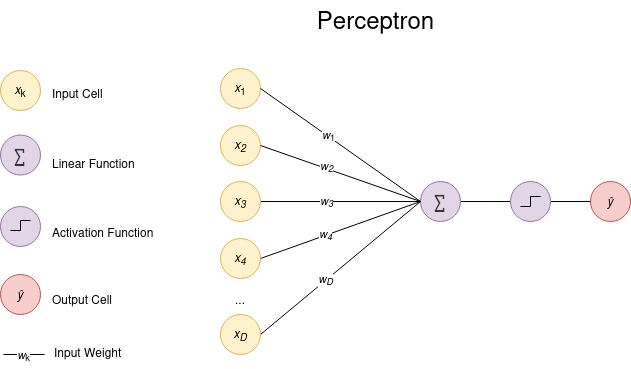
Before: Neural-Networks/Architectures/Perceptron.png, a diagram exported from draw.io (gabdourado/AI). Source tidied: cells renumbered, new cells last; positions are measured from the earlier drawing's top-left corner, leaving out a move shared by most shapes.
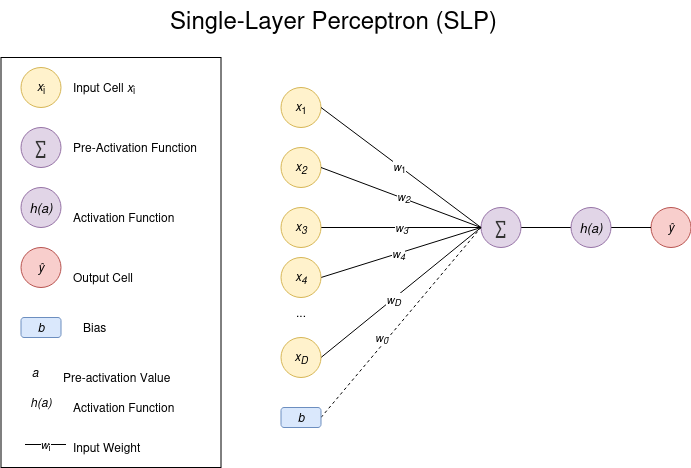
Later version of the same file.

Commit message:
[docs]: perceptron architecture update

Change to the diagram source:
```diff
@@ -2,60 +2,60 @@
   <root>
     <mxCell id="0" />
     <mxCell id="1" parent="0" />
-    <mxCell id="2" value="&lt;font style=&quot;font-size: 24px;&quot;&gt;Perceptron&lt;/font&gt;" style="text;html=1;strokeColor=none;fillColor=none;align=center;verticalAlign=middle;whiteSpace=wrap;rounded=0;shadow=1;strokeWidth=1.5;" parent="1" vertex="1">
-      <mxGeometry x="182" width="387" height="30" as="geometry" />
+    <mxCell id="2" value="&lt;font style=&quot;font-size: 24px;&quot;&gt;Single-Layer Perceptron (SLP)&lt;/font&gt;" style="text;html=1;strokeColor=none;fillColor=none;align=center;verticalAlign=middle;whiteSpace=wrap;rounded=0;shadow=1;strokeWidth=1.5;" parent="1" vertex="1">
+      <mxGeometry x="170" y="3" width="387" height="30" as="geometry" />
     </mxCell>
     <mxCell id="3" value="&lt;i&gt;x&lt;/i&gt;&lt;sub&gt;1&lt;/sub&gt;" style="ellipse;whiteSpace=wrap;html=1;strokeColor=#d6b656;fillColor=#fff2cc;" parent="1" vertex="1">
-      <mxGeometry x="220" y="64" width="40" height="40" as="geometry" />
+      <mxGeometry x="310.5" y="86" width="40" height="40" as="geometry" />
     </mxCell>
     <mxCell id="4" value="&lt;i&gt;x&lt;sub&gt;2&lt;/sub&gt;&lt;/i&gt;" style="ellipse;whiteSpace=wrap;html=1;strokeColor=#d6b656;fillColor=#fff2cc;" parent="1" vertex="1">
-      <mxGeometry x="220" y="121" width="40" height="40" as="geometry" />
+      <mxGeometry x="310.5" y="146" width="40" height="40" as="geometry" />
     </mxCell>
     <mxCell id="5" style="rounded=0;jettySize=auto;html=1;exitX=1;exitY=0.5;exitDx=0;exitDy=0;endArrow=none;endFill=0;entryX=0;entryY=0.5;entryDx=0;entryDy=0;" parent="1" edge="1" source="7" target="15">
       <mxGeometry relative="1" as="geometry" />
     </mxCell>
     <mxCell id="6" value="&lt;i&gt;w&lt;sub&gt;3&lt;/sub&gt;&lt;/i&gt;" style="edgeLabel;html=1;align=center;verticalAlign=middle;" parent="5" vertex="1">
-      <mxGeometry x="-0.18" y="1" relative="1" as="geometry" />
+      <mxGeometry relative="1" as="geometry" />
     </mxCell>
     <mxCell id="7" value="&lt;i&gt;x&lt;sub&gt;3&lt;/sub&gt;&lt;/i&gt;" style="ellipse;whiteSpace=wrap;html=1;strokeColor=#d6b656;fillColor=#fff2cc;" parent="1" vertex="1">
-      <mxGeometry x="220" y="177" width="40" height="40" as="geometry" />
+      <mxGeometry x="310.5" y="206" width="40" height="40" as="geometry" />
     </mxCell>
     <mxCell id="8" style="rounded=0;jettySize=auto;html=1;exitX=1;exitY=0.5;exitDx=0;exitDy=0;entryX=0;entryY=0.5;entryDx=0;entryDy=0;endArrow=none;endFill=0;" parent="1" edge="1" source="10" target="15">
       <mxGeometry relative="1" as="geometry" />
     </mxCell>
     <mxCell id="9" value="&lt;i&gt;w&lt;sub&gt;4&lt;/sub&gt;&lt;/i&gt;" style="edgeLabel;html=1;align=center;verticalAlign=middle;" parent="8" vertex="1">
-      <mxGeometry x="-0.15" y="1" relative="1" as="geometry">
+      <mxGeometry relative="1" as="geometry">
         <mxPoint x="-3" y="1" as="offset" />
       </mxGeometry>
     </mxCell>
     <mxCell id="10" value="&lt;i&gt;x&lt;sub&gt;4&lt;/sub&gt;&lt;/i&gt;" style="ellipse;whiteSpace=wrap;html=1;strokeColor=#d6b656;fillColor=#fff2cc;" parent="1" vertex="1">
-      <mxGeometry x="220" y="234" width="40" height="40" as="geometry" />
+      <mxGeometry x="310.5" y="256" width="40" height="40" as="geometry" />
     </mxCell>
     <mxCell id="11" style="rounded=0;jettySize=auto;html=1;exitX=1;exitY=0.5;exitDx=0;exitDy=0;entryX=0;entryY=0.5;entryDx=0;entryDy=0;endArrow=none;endFill=0;" parent="1" edge="1" source="13" target="15">
       <mxGeometry relative="1" as="geometry" />
     </mxCell>
     <mxCell id="12" value="&lt;i&gt;w&lt;sub&gt;D&lt;/sub&gt;&lt;/i&gt;" style="edgeLabel;html=1;align=center;verticalAlign=middle;" parent="11" vertex="1">
-      <mxGeometry x="-0.07" y="1" relative="1" as="geometry">
+      <mxGeometry relative="1" as="geometry">
         <mxPoint x="-9" y="7" as="offset" />
       </mxGeometry>
     </mxCell>
     <mxCell id="13" value="&lt;i&gt;x&lt;sub&gt;D&lt;/sub&gt;&lt;/i&gt;" style="ellipse;whiteSpace=wrap;html=1;strokeColor=#d6b656;fillColor=#fff2cc;" parent="1" vertex="1">
-      <mxGeometry x="220" y="310" width="40" height="40" as="geometry" />
+      <mxGeometry x="310.5" y="336" width="40" height="40" as="geometry" />
     </mxCell>
     <mxCell id="14" style="edgeStyle=orthogonalEdgeStyle;rounded=0;jettySize=auto;html=1;exitX=1;exitY=0.5;exitDx=0;exitDy=0;entryX=0;entryY=0.5;entryDx=0;entryDy=0;endArrow=none;endFill=0;" parent="1" edge="1" source="15" target="22">
       <mxGeometry relative="1" as="geometry" />
     </mxCell>
     <mxCell id="15" value="&lt;font style=&quot;font-size: 19px; color: rgb(51, 51, 51);&quot;&gt;∑&lt;/font&gt;" style="ellipse;whiteSpace=wrap;html=1;strokeColor=#9673a6;fillColor=#E1D5E7;" parent="1" vertex="1">
-      <mxGeometry x="420" y="177" width="40" height="40" as="geometry" />
+      <mxGeometry x="510.5" y="206" width="40" height="40" as="geometry" />
     </mxCell>
     <mxCell id="16" value="&lt;i&gt;ŷ&lt;/i&gt;" style="ellipse;whiteSpace=wrap;html=1;strokeColor=#b85450;fillColor=#f8cecc;" parent="1" vertex="1">
-      <mxGeometry x="590" y="177" width="40" height="40" as="geometry" />
+      <mxGeometry x="680.5" y="206" width="40" height="40" as="geometry" />
     </mxCell>
     <mxCell id="17" style="endArrow=none;html=1;rounded=0;exitX=1;exitY=0.5;exitDx=0;exitDy=0;entryX=0;entryY=0.5;entryDx=0;entryDy=0;" parent="1" edge="1" source="3" target="15">
       <mxGeometry relative="1" as="geometry" />
     </mxCell>
     <mxCell id="18" value="&lt;i&gt;w&lt;/i&gt;&lt;sub&gt;1&lt;/sub&gt;" style="edgeLabel;html=1;align=center;verticalAlign=middle;" parent="17" vertex="1">
-      <mxGeometry x="-0.14" y="1" relative="1" as="geometry">
+      <mxGeometry relative="1" as="geometry">
         <mxPoint x="-2" y="-1" as="offset" />
       </mxGeometry>
     </mxCell>
@@ -63,72 +63,93 @@
       <mxGeometry relative="1" as="geometry" />
     </mxCell>
     <mxCell id="20" value="&lt;i&gt;w&lt;sub&gt;2&lt;/sub&gt;&lt;/i&gt;" style="edgeLabel;html=1;align=center;verticalAlign=middle;" parent="19" vertex="1">
-      <mxGeometry x="-0.2" y="1" relative="1" as="geometry">
+      <mxGeometry relative="1" as="geometry">
         <mxPoint x="2" y="-1" as="offset" />
       </mxGeometry>
     </mxCell>
     <mxCell id="21" style="edgeStyle=orthogonalEdgeStyle;rounded=0;jettySize=auto;html=1;exitX=1;exitY=0.5;exitDx=0;exitDy=0;entryX=0;entryY=0.5;entryDx=0;entryDy=0;endArrow=none;endFill=0;" parent="1" edge="1" source="22" target="16">
       <mxGeometry relative="1" as="geometry" />
     </mxCell>
-    <mxCell id="22" style="ellipse;whiteSpace=wrap;html=1;strokeColor=#9673a6;fillColor=#E1D5E7;" parent="1" vertex="1">
-      <mxGeometry x="510" y="177" width="40" height="40" as="geometry" />
+    <mxCell id="22" value="&lt;font style=&quot;font-size: 13px;&quot;&gt;&lt;i&gt;&lt;span class=&quot;katex&quot;&gt;&lt;span class=&quot;katex-html&quot; aria-hidden=&quot;true&quot;&gt;&lt;span class=&quot;base&quot;&gt;&lt;font&gt;&lt;span class=&quot;mord mathnormal&quot;&gt;h&lt;/span&gt;&lt;span class=&quot;mopen&quot;&gt;(a&lt;/span&gt;&lt;span class=&quot;mclose&quot;&gt;)&lt;/span&gt;&lt;/font&gt;&lt;/span&gt;&lt;/span&gt;&lt;/span&gt;&lt;/i&gt;&lt;/font&gt;" style="ellipse;whiteSpace=wrap;html=1;strokeColor=#9673a6;fillColor=#E1D5E7;" parent="1" vertex="1">
+      <mxGeometry x="600.5" y="206" width="40" height="40" as="geometry" />
     </mxCell>
     <mxCell id="23" value="..." style="text;html=1;whiteSpace=wrap;strokeColor=none;fillColor=none;align=center;verticalAlign=middle;rounded=0;" parent="1" vertex="1">
-      <mxGeometry x="210" y="280" width="60" height="30" as="geometry" />
+      <mxGeometry x="300.5" y="296" width="60" height="30" as="geometry" />
     </mxCell>
-    <mxCell id="24" style="endArrow=none;html=1;rounded=0;edgeStyle=orthogonalEdgeStyle;" parent="1" edge="1">
-      <mxGeometry relative="1" as="geometry">
-        <mxPoint x="520" y="202" as="sourcePoint" />
-        <mxPoint x="540" y="192" as="targetPoint" />
-        <Array as="points">
-          <mxPoint x="530" y="202" />
-        </Array>
-      </mxGeometry>
-    </mxCell>
-    <mxCell id="25" value="&lt;font style=&quot;font-size: 12px;&quot;&gt;Activation Function&lt;/font&gt;" style="text;html=1;strokeColor=none;fillColor=none;align=left;verticalAlign=middle;whiteSpace=wrap;rounded=0;shadow=1;strokeWidth=1.5;fontSize=24;" parent="1" vertex="1">
-      <mxGeometry x="50" y="208" width="130" height="30" as="geometry" />
-    </mxCell>
-    <mxCell id="26" value="&lt;font style=&quot;font-size: 12px;&quot;&gt;Input Cell&lt;/font&gt;" style="text;html=1;strokeColor=none;fillColor=none;align=left;verticalAlign=middle;whiteSpace=wrap;rounded=0;shadow=1;strokeWidth=1.5;fontSize=24;" parent="1" vertex="1">
-      <mxGeometry x="50" y="69" width="130" height="30" as="geometry" />
-    </mxCell>
+    <mxCell id="37" style="rounded=0;whiteSpace=wrap;html=1;" parent="1" vertex="1">
+      <mxGeometry x="30.5" y="56" width="220" height="410" as="geometry" />
+    </mxCell>
+    <mxCell id="38" value="&lt;font style=&quot;font-size: 12px;&quot;&gt;Activation Function&lt;/font&gt;" style="text;html=1;strokeColor=none;fillColor=none;align=left;verticalAlign=middle;whiteSpace=wrap;rounded=0;shadow=1;strokeWidth=1.5;fontSize=24;" parent="1" vertex="1">
+      <mxGeometry x="100.5" y="196" width="130" height="30" as="geometry" />
+    </mxCell>
+    <mxCell id="39" value="&lt;font style=&quot;font-size: 12px;&quot;&gt;Input Cell &lt;i&gt;x&lt;/i&gt;&lt;sub&gt;i&lt;/sub&gt;&lt;/font&gt;" style="text;html=1;strokeColor=none;fillColor=none;align=left;verticalAlign=middle;whiteSpace=wrap;rounded=0;shadow=1;strokeWidth=1.5;fontSize=24;" parent="1" vertex="1">
+      <mxGeometry x="100.5" y="66" width="130" height="30" as="geometry" />
+    </mxCell>
     <mxCell id="27" value="&lt;font style=&quot;font-size: 12px;&quot;&gt;Output Cell&lt;/font&gt;" style="text;html=1;strokeColor=none;fillColor=none;align=left;verticalAlign=middle;whiteSpace=wrap;rounded=0;shadow=1;strokeWidth=1.5;fontSize=24;" parent="1" vertex="1">
-      <mxGeometry x="50" y="275" width="130" height="30" as="geometry" />
+      <mxGeometry x="100.5" y="256" width="70" height="30" as="geometry" />
     </mxCell>
-    <mxCell id="28" value="&lt;font style=&quot;font-size: 12px;&quot;&gt;Linear Function&lt;/font&gt;" style="text;html=1;strokeColor=none;fillColor=none;align=left;verticalAlign=middle;whiteSpace=wrap;rounded=0;shadow=1;strokeWidth=1.5;fontSize=24;" parent="1" vertex="1">
-      <mxGeometry x="50" y="139" width="130" height="30" as="geometry" />
-    </mxCell>
-    <mxCell id="29" style="endArrow=none;html=1;rounded=0;" parent="1" edge="1">
-      <mxGeometry relative="1" as="geometry">
-        <mxPoint x="3" y="350" as="sourcePoint" />
-        <mxPoint x="44" y="350" as="targetPoint" />
-      </mxGeometry>
-    </mxCell>
-    <mxCell id="30" value="&lt;i&gt;w&lt;/i&gt;&lt;sub&gt;k&lt;/sub&gt;" style="edgeLabel;html=1;align=center;verticalAlign=middle;" parent="29" vertex="1">
-      <mxGeometry x="-0.09" relative="1" as="geometry" />
-    </mxCell>
-    <mxCell id="31" style="ellipse;whiteSpace=wrap;html=1;strokeColor=#9673a6;fillColor=#e1d5e7;" parent="1" vertex="1">
-      <mxGeometry y="202" width="40" height="40" as="geometry" />
-    </mxCell>
-    <mxCell id="32" style="endArrow=none;html=1;rounded=0;edgeStyle=orthogonalEdgeStyle;" parent="1" edge="1">
-      <mxGeometry relative="1" as="geometry">
-        <mxPoint x="10" y="226" as="sourcePoint" />
-        <mxPoint x="30" y="216" as="targetPoint" />
-        <Array as="points">
-          <mxPoint x="20" y="226" />
-        </Array>
-      </mxGeometry>
-    </mxCell>
+    <mxCell id="40" value="&lt;font style=&quot;font-size: 12px;&quot;&gt;Pre-Activation Function&lt;/font&gt;" style="text;html=1;strokeColor=none;fillColor=none;align=left;verticalAlign=middle;whiteSpace=wrap;rounded=0;shadow=1;strokeWidth=1.5;fontSize=24;" parent="1" vertex="1">
+      <mxGeometry x="100.5" y="126" width="130" height="30" as="geometry" />
+    </mxCell>
+    <mxCell id="41" style="endArrow=none;html=1;rounded=0;" parent="1" edge="1">
+      <mxGeometry relative="1" as="geometry">
+        <mxPoint x="54.5" y="443" as="sourcePoint" />
+        <mxPoint x="95.5" y="443" as="targetPoint" />
+      </mxGeometry>
+    </mxCell>
+    <mxCell id="42" value="&lt;i&gt;w&lt;/i&gt;&lt;sub&gt;i&lt;/sub&gt;" style="edgeLabel;html=1;align=center;verticalAlign=middle;" parent="41" vertex="1">
+      <mxGeometry relative="1" as="geometry" />
+    </mxCell>
+    <mxCell id="43" value="&lt;font style=&quot;font-size: 13px;&quot;&gt;&lt;i&gt;&lt;span class=&quot;katex&quot;&gt;&lt;span class=&quot;katex-html&quot; aria-hidden=&quot;true&quot;&gt;&lt;span class=&quot;base&quot;&gt;&lt;font&gt;&lt;span class=&quot;mord mathnormal&quot;&gt;h&lt;/span&gt;&lt;span class=&quot;mopen&quot;&gt;(a&lt;/span&gt;&lt;span class=&quot;mclose&quot;&gt;)&lt;/span&gt;&lt;/font&gt;&lt;/span&gt;&lt;/span&gt;&lt;/span&gt;&lt;/i&gt;&lt;/font&gt; " style="ellipse;whiteSpace=wrap;html=1;strokeColor=#9673a6;fillColor=#e1d5e7;" parent="1" vertex="1">
+      <mxGeometry x="50.5" y="186" width="40" height="40" as="geometry" />
+    </mxCell>
     <mxCell id="33" value="&lt;i&gt;ŷ&lt;/i&gt;" style="ellipse;whiteSpace=wrap;html=1;strokeColor=#b85450;fillColor=#f8cecc;" parent="1" vertex="1">
-      <mxGeometry y="270" width="40" height="40" as="geometry" />
+      <mxGeometry x="50.5" y="246" width="40" height="40" as="geometry" />
     </mxCell>
-    <mxCell id="34" value="&lt;i&gt;x&lt;/i&gt;&lt;sub&gt;k&lt;/sub&gt;" style="ellipse;whiteSpace=wrap;html=1;strokeColor=#d6b656;fillColor=#fff2cc;" parent="1" vertex="1">
-      <mxGeometry y="66" width="40" height="40" as="geometry" />
-    </mxCell>
+    <mxCell id="44" value="&lt;i&gt;x&lt;/i&gt;&lt;sub&gt;i&lt;/sub&gt;" style="ellipse;whiteSpace=wrap;html=1;strokeColor=#d6b656;fillColor=#fff2cc;" parent="1" vertex="1">
+      <mxGeometry x="50.5" y="66" width="40" height="40" as="geometry" />
+    </mxCell>
     <mxCell id="35" value="&lt;font style=&quot;font-size: 19px; color: rgb(51, 51, 51);&quot;&gt;∑&lt;/font&gt;" style="ellipse;whiteSpace=wrap;html=1;strokeColor=#9673a6;fillColor=#e1d5e7;" parent="1" vertex="1">
-      <mxGeometry y="130.5" width="40" height="40" as="geometry" />
+      <mxGeometry x="50.5" y="126" width="40" height="40" as="geometry" />
     </mxCell>
     <mxCell id="36" value="&lt;font style=&quot;font-size: 12px;&quot;&gt;Input Weight&lt;/font&gt;" style="text;html=1;strokeColor=none;fillColor=none;align=left;verticalAlign=middle;whiteSpace=wrap;rounded=0;shadow=1;strokeWidth=1.5;fontSize=24;" parent="1" vertex="1">
-      <mxGeometry x="52" y="328" width="130" height="30" as="geometry" />
+      <mxGeometry x="100.5" y="426" width="130" height="30" as="geometry" />
     </mxCell>
+    <mxCell id="45" style="group;" parent="1" vertex="1">
+      <mxGeometry x="40.5" y="386" width="160" height="30" as="geometry" />
+    </mxCell>
+    <mxCell id="46" value="&lt;font style=&quot;font-size: 12px;&quot;&gt;Activation Function&lt;/font&gt;" style="text;html=1;strokeColor=none;fillColor=none;align=left;verticalAlign=middle;whiteSpace=wrap;rounded=0;shadow=1;strokeWidth=1.5;fontSize=24;" parent="45" vertex="1">
+      <mxGeometry x="60" width="110" height="30" as="geometry" />
+    </mxCell>
+    <mxCell id="47" value="&lt;i&gt;h(a&lt;/i&gt;&lt;i&gt;)&lt;/i&gt;" style="text;html=1;whiteSpace=wrap;strokeColor=none;fillColor=none;align=center;verticalAlign=middle;rounded=0;" parent="45" vertex="1">
+      <mxGeometry width="60" height="30" as="geometry" />
+    </mxCell>
+    <mxCell id="48" style="group;" parent="1" vertex="1">
+      <mxGeometry x="40.5" y="356" width="170" height="30" as="geometry" />
+    </mxCell>
+    <mxCell id="49" value="&lt;font style=&quot;font-size: 12px;&quot;&gt;Pre-activation Value&lt;/font&gt;" style="text;html=1;strokeColor=none;fillColor=none;align=left;verticalAlign=middle;whiteSpace=wrap;rounded=0;shadow=1;strokeWidth=1.5;fontSize=24;" parent="48" vertex="1">
+      <mxGeometry x="50" width="130" height="30" as="geometry" />
+    </mxCell>
+    <mxCell id="50" value="&lt;i&gt;a&lt;/i&gt;" style="text;html=1;whiteSpace=wrap;strokeColor=none;fillColor=none;align=center;verticalAlign=middle;rounded=0;" parent="48" vertex="1">
+      <mxGeometry width="50" height="30" as="geometry" />
+    </mxCell>
+    <mxCell id="51" style="group;" parent="1" vertex="1">
+      <mxGeometry x="50.5" y="306" width="150" height="30" as="geometry" />
+    </mxCell>
+    <mxCell id="52" value="&lt;font style=&quot;font-size: 12px;&quot;&gt;Bias&lt;/font&gt;" style="text;html=1;strokeColor=none;fillColor=none;align=left;verticalAlign=middle;whiteSpace=wrap;rounded=0;shadow=1;strokeWidth=1.5;fontSize=24;" parent="51" vertex="1">
+      <mxGeometry x="60" width="30" height="30" as="geometry" />
+    </mxCell>
+    <mxCell id="53" value="&lt;div&gt;&lt;i&gt;b&lt;/i&gt;&lt;/div&gt;" style="rounded=1;whiteSpace=wrap;html=1;fillColor=#dae8fc;strokeColor=#6c8ebf;" parent="51" vertex="1">
+      <mxGeometry y="10" width="40" height="20" as="geometry" />
+    </mxCell>
+    <mxCell id="54" style="rounded=0;jettySize=auto;html=1;exitX=1;exitY=0.5;exitDx=0;exitDy=0;entryX=0;entryY=0.5;entryDx=0;entryDy=0;dashed=1;endArrow=none;endFill=0;" parent="1" edge="1" source="55" target="15">
+      <mxGeometry relative="1" as="geometry" />
+    </mxCell>
+    <mxCell id="55" value="&lt;div&gt;&lt;i&gt;b&lt;/i&gt;&lt;/div&gt;" style="rounded=1;whiteSpace=wrap;html=1;fillColor=#dae8fc;strokeColor=#6c8ebf;" parent="1" vertex="1">
+      <mxGeometry x="310.5" y="406" width="40" height="20" as="geometry" />
+    </mxCell>
+    <mxCell id="56" value="&lt;i&gt;w&lt;sub&gt;0&lt;/sub&gt;&lt;/i&gt;" style="edgeLabel;html=1;align=center;verticalAlign=middle;" parent="1" vertex="1">
+      <mxGeometry x="410.5" y="336" as="geometry" />
+    </mxCell>
   </root>
 </mxGraphModel>
```
